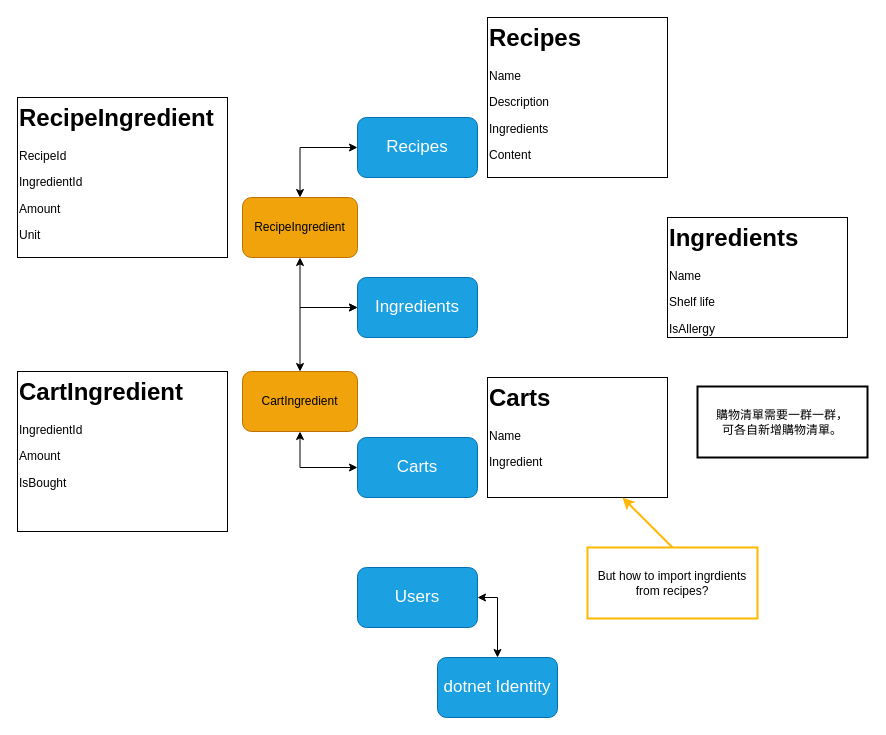
Before: GroceryChef.drawio in TanaChu0409/grocery-chef, a draw.io diagram. Source tidied: cells renumbered, new cells numbered last; positions are measured from the earlier drawing's top-left corner, leaving out a move shared by most shapes. Both pictures are drawn from the tidied source at 100%, with x=0, y=0 at pixel (17, 17).
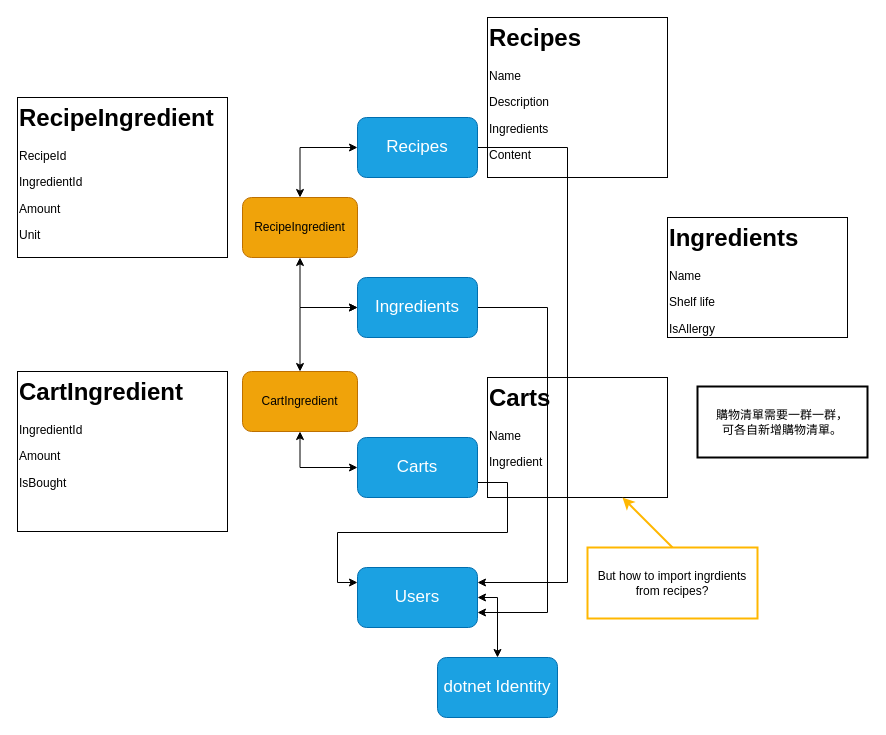
Above is the later version.

The change refers to these unchanged cells:
```xml
<mxCell id="2" value="Recipes" style="rounded=1;whiteSpace=wrap;html=1;fillColor=#1ba1e2;fontColor=#ffffff;strokeColor=#006EAF;fontSize=17;" parent="1" vertex="1">
  <mxGeometry x="340" y="100" width="120" height="60" as="geometry" />
</mxCell>
<mxCell id="3" value="Carts" style="rounded=1;whiteSpace=wrap;html=1;fillColor=#1ba1e2;fontColor=#ffffff;strokeColor=#006EAF;fontSize=17;" parent="1" vertex="1">
  <mxGeometry x="340" y="420" width="120" height="60" as="geometry" />
</mxCell>
<mxCell id="5" value="Ingredients" style="rounded=1;whiteSpace=wrap;html=1;fillColor=#1ba1e2;fontColor=#ffffff;strokeColor=#006EAF;fontSize=17;" parent="1" vertex="1">
  <mxGeometry x="340" y="260" width="120" height="60" as="geometry" />
</mxCell>
<mxCell id="19" value="Users" style="rounded=1;whiteSpace=wrap;html=1;fillColor=#1ba1e2;fontColor=#ffffff;strokeColor=#006EAF;fontSize=17;" parent="1" vertex="1">
  <mxGeometry x="340" y="550" width="120" height="60" as="geometry" />
</mxCell>
```

The edit, as a diff of the source:
```diff
@@
+    <mxCell id="22" style="edgeStyle=orthogonalEdgeStyle;rounded=0;jettySize=auto;html=1;exitX=1;exitY=0.5;exitDx=0;exitDy=0;entryX=1;entryY=0.25;entryDx=0;entryDy=0;" parent="1" edge="1" source="2" target="19">
+      <mxGeometry relative="1" as="geometry">
+        <Array as="points">
+          <mxPoint x="550" y="130" />
+          <mxPoint x="550" y="565" />
+        </Array>
+      </mxGeometry>
+    </mxCell>
@@
+    <mxCell id="23" style="edgeStyle=orthogonalEdgeStyle;rounded=0;jettySize=auto;html=1;exitX=1;exitY=0.75;exitDx=0;exitDy=0;entryX=0;entryY=0.25;entryDx=0;entryDy=0;" parent="1" edge="1" source="3" target="19">
+      <mxGeometry relative="1" as="geometry">
+        <Array as="points">
+          <mxPoint x="490" y="465" />
+          <mxPoint x="490" y="515" />
+          <mxPoint x="320" y="515" />
+          <mxPoint x="320" y="565" />
+        </Array>
+      </mxGeometry>
+    </mxCell>
@@
+    <mxCell id="24" style="edgeStyle=orthogonalEdgeStyle;rounded=0;jettySize=auto;html=1;exitX=1;exitY=0.5;exitDx=0;exitDy=0;entryX=1;entryY=0.75;entryDx=0;entryDy=0;" parent="1" edge="1" source="5" target="19">
+      <mxGeometry relative="1" as="geometry">
+        <Array as="points">
+          <mxPoint x="530" y="290" />
+          <mxPoint x="530" y="595" />
+        </Array>
+      </mxGeometry>
+    </mxCell>
```
